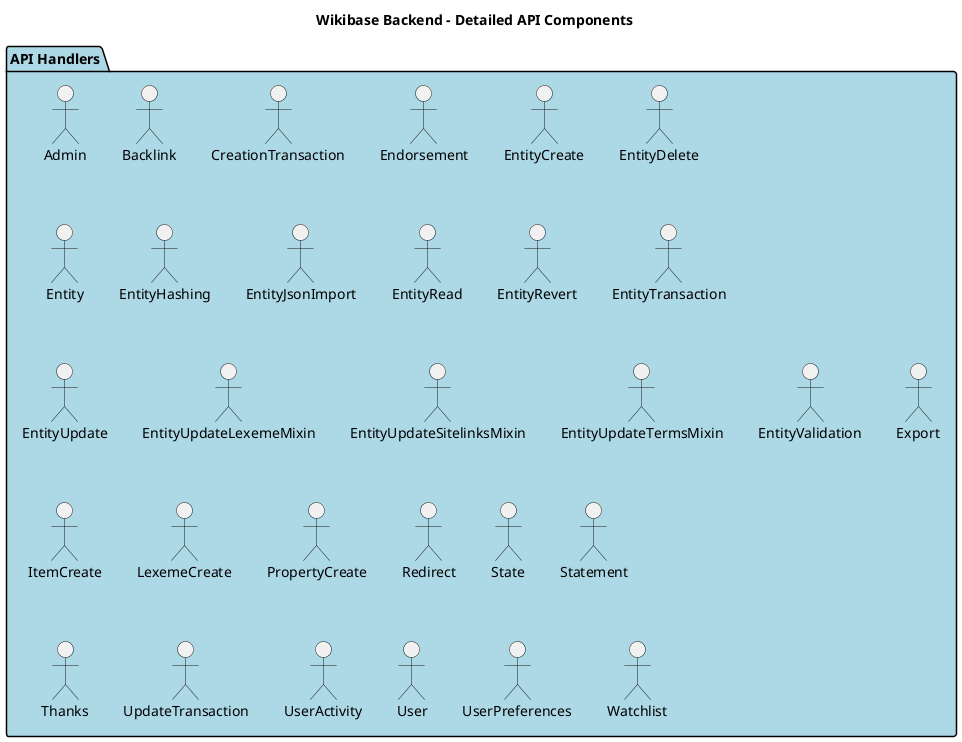
Before: docs/DIAGRAMS/png/detailed_api_components.png, a diagram exported from PlantUML (dpriskorn/entitybase-backend).
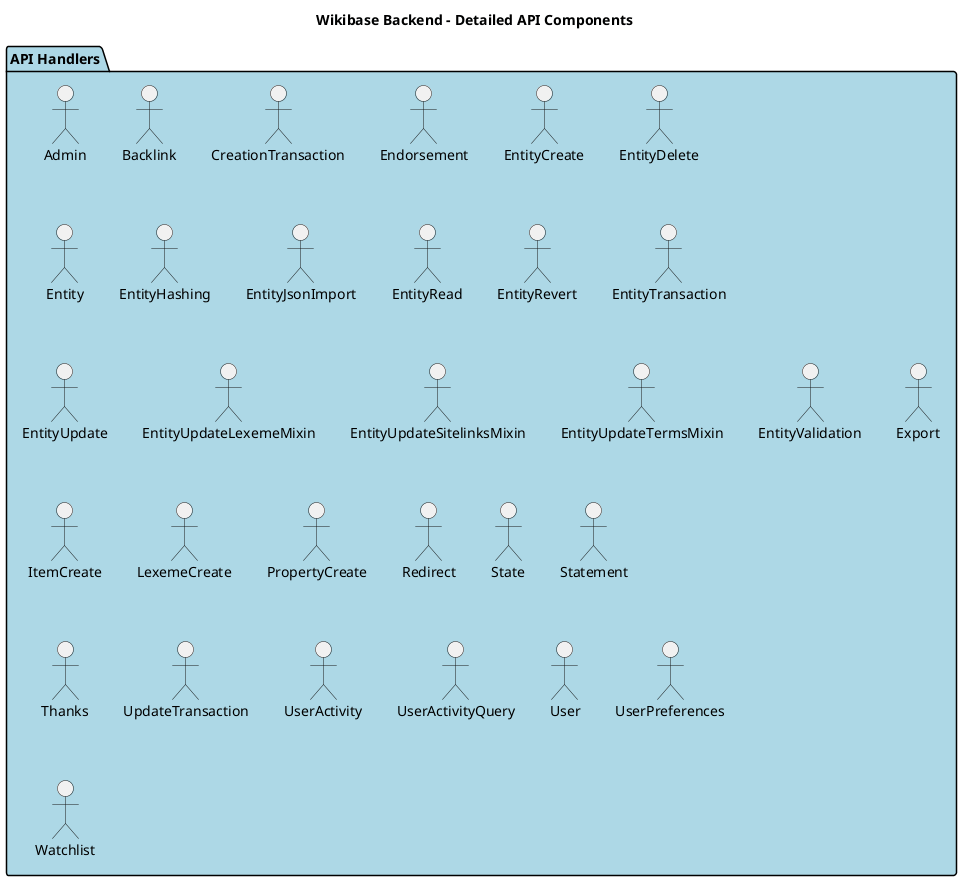
After the commit.

Change to the diagram source:
```diff
@@ -30,6 +30,7 @@
     "Thanks" as ThanksHandler
     "UpdateTransaction" as UpdateTransaction
     "UserActivity" as UserActivityHandler
+    "UserActivityQuery" as UserActivityQuery
     "User" as UserHandler
     "UserPreferences" as UserPreferencesHandler
     "Watchlist" as WatchlistHandler
```
